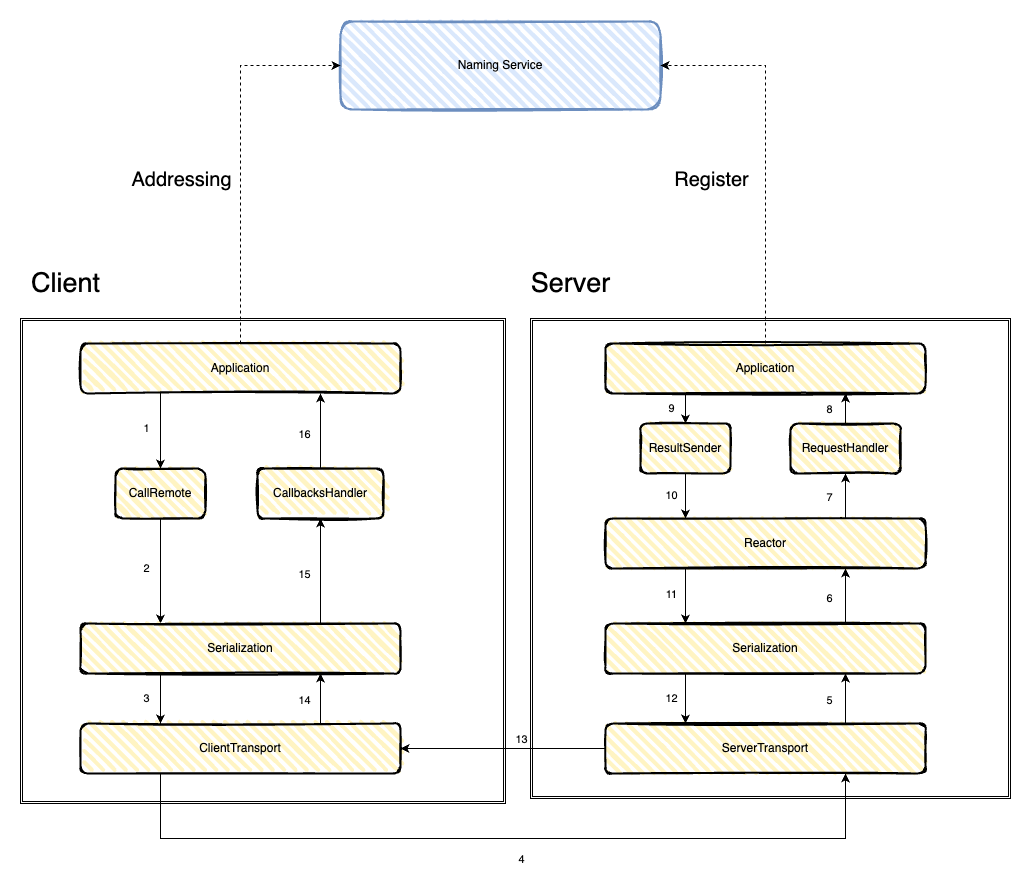
Earlier version of the draw.io export imgs/RPCFlow.drawio.png (huangwx8/DreamboatRPC). Source tidied: cells renumbered, new cells last; positions are measured from the earlier drawing's top-left corner, leaving out a move shared by most shapes.
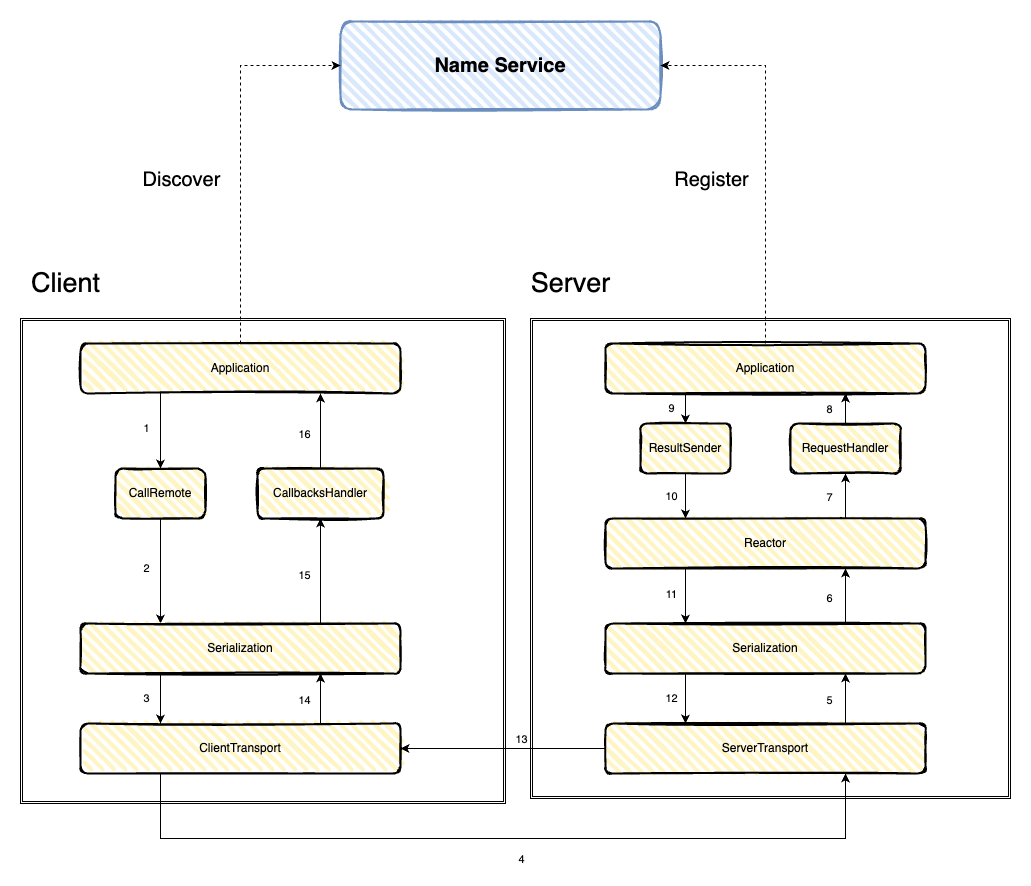
The same file after the commit.

Diff of the diagram source:
```diff
@@ -180,7 +180,7 @@
         <mxPoint x="-16" as="offset" />
       </mxGeometry>
     </mxCell>
-    <mxCell id="49" value="Naming Service" style="rounded=1;whiteSpace=wrap;html=1;strokeWidth=2;fillWeight=4;hachureGap=8;hachureAngle=45;fillColor=#dae8fc;sketch=1;strokeColor=#6c8ebf;" parent="1" vertex="1">
+    <mxCell id="49" value="&lt;b&gt;&lt;font style=&quot;font-size: 20px;&quot;&gt;Name Service&lt;/font&gt;&lt;/b&gt;" style="rounded=1;whiteSpace=wrap;html=1;strokeWidth=2;fillWeight=4;hachureGap=8;hachureAngle=45;fillColor=#dae8fc;sketch=1;strokeColor=#6c8ebf;" parent="1" vertex="1">
       <mxGeometry x="320" width="320" height="88" as="geometry" />
     </mxCell>
     <mxCell id="50" style="endArrow=classic;html=1;rounded=0;exitX=0.5;exitY=0;exitDx=0;exitDy=0;entryX=0;entryY=0.5;entryDx=0;entryDy=0;dashed=1;" parent="1" edge="1" source="27" target="49">
@@ -190,7 +190,7 @@
         </Array>
       </mxGeometry>
     </mxCell>
-    <mxCell id="51" value="&lt;font style=&quot;font-size: 20px;&quot;&gt;Addressing&lt;/font&gt;" style="edgeLabel;html=1;align=center;verticalAlign=middle;" parent="50" vertex="1">
+    <mxCell id="51" value="&lt;font style=&quot;font-size: 20px;&quot;&gt;Discover&lt;/font&gt;" style="edgeLabel;html=1;align=center;verticalAlign=middle;" parent="50" vertex="1">
       <mxGeometry x="-0.06" y="1" relative="1" as="geometry">
         <mxPoint x="-59" y="13" as="offset" />
       </mxGeometry>
```
